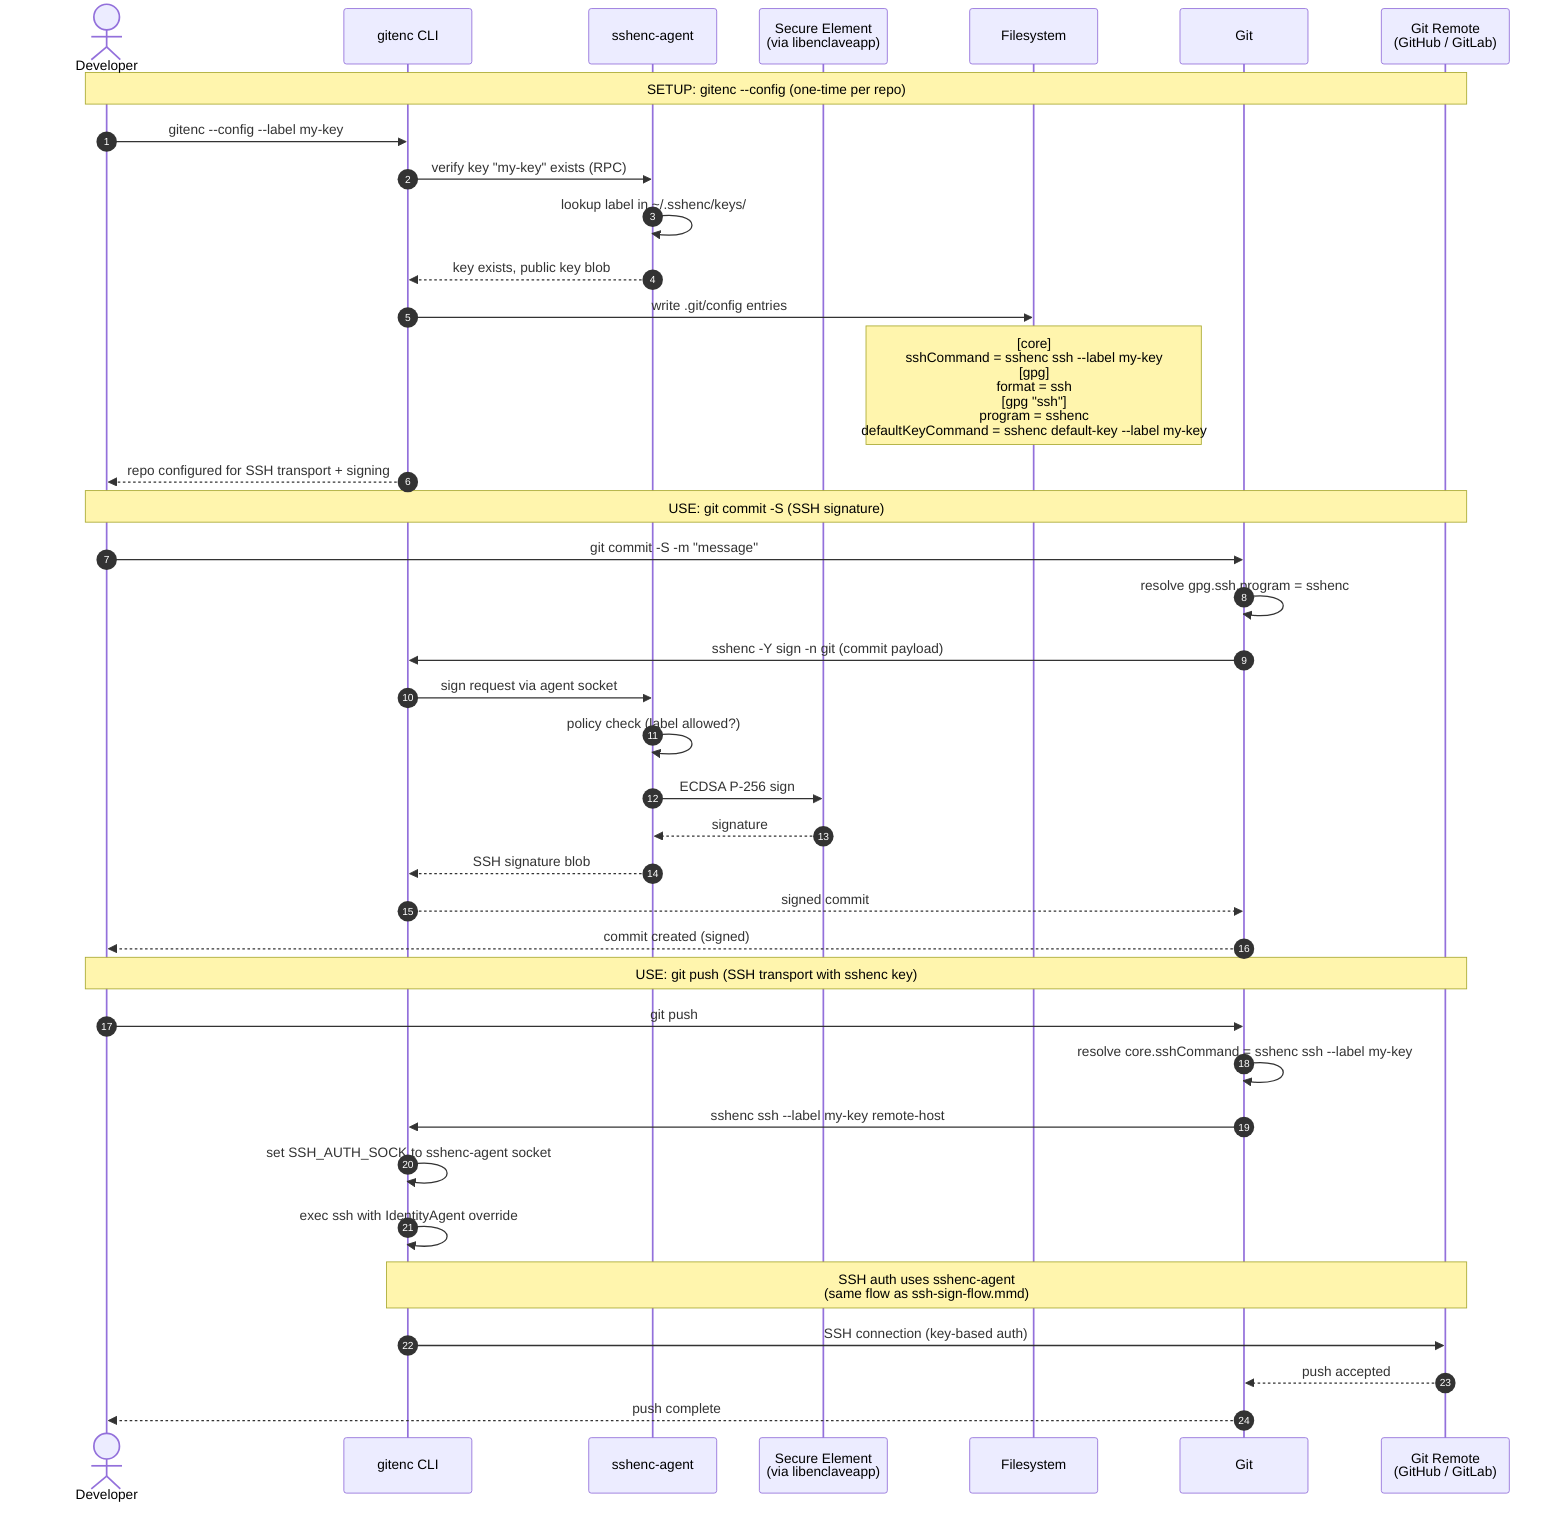
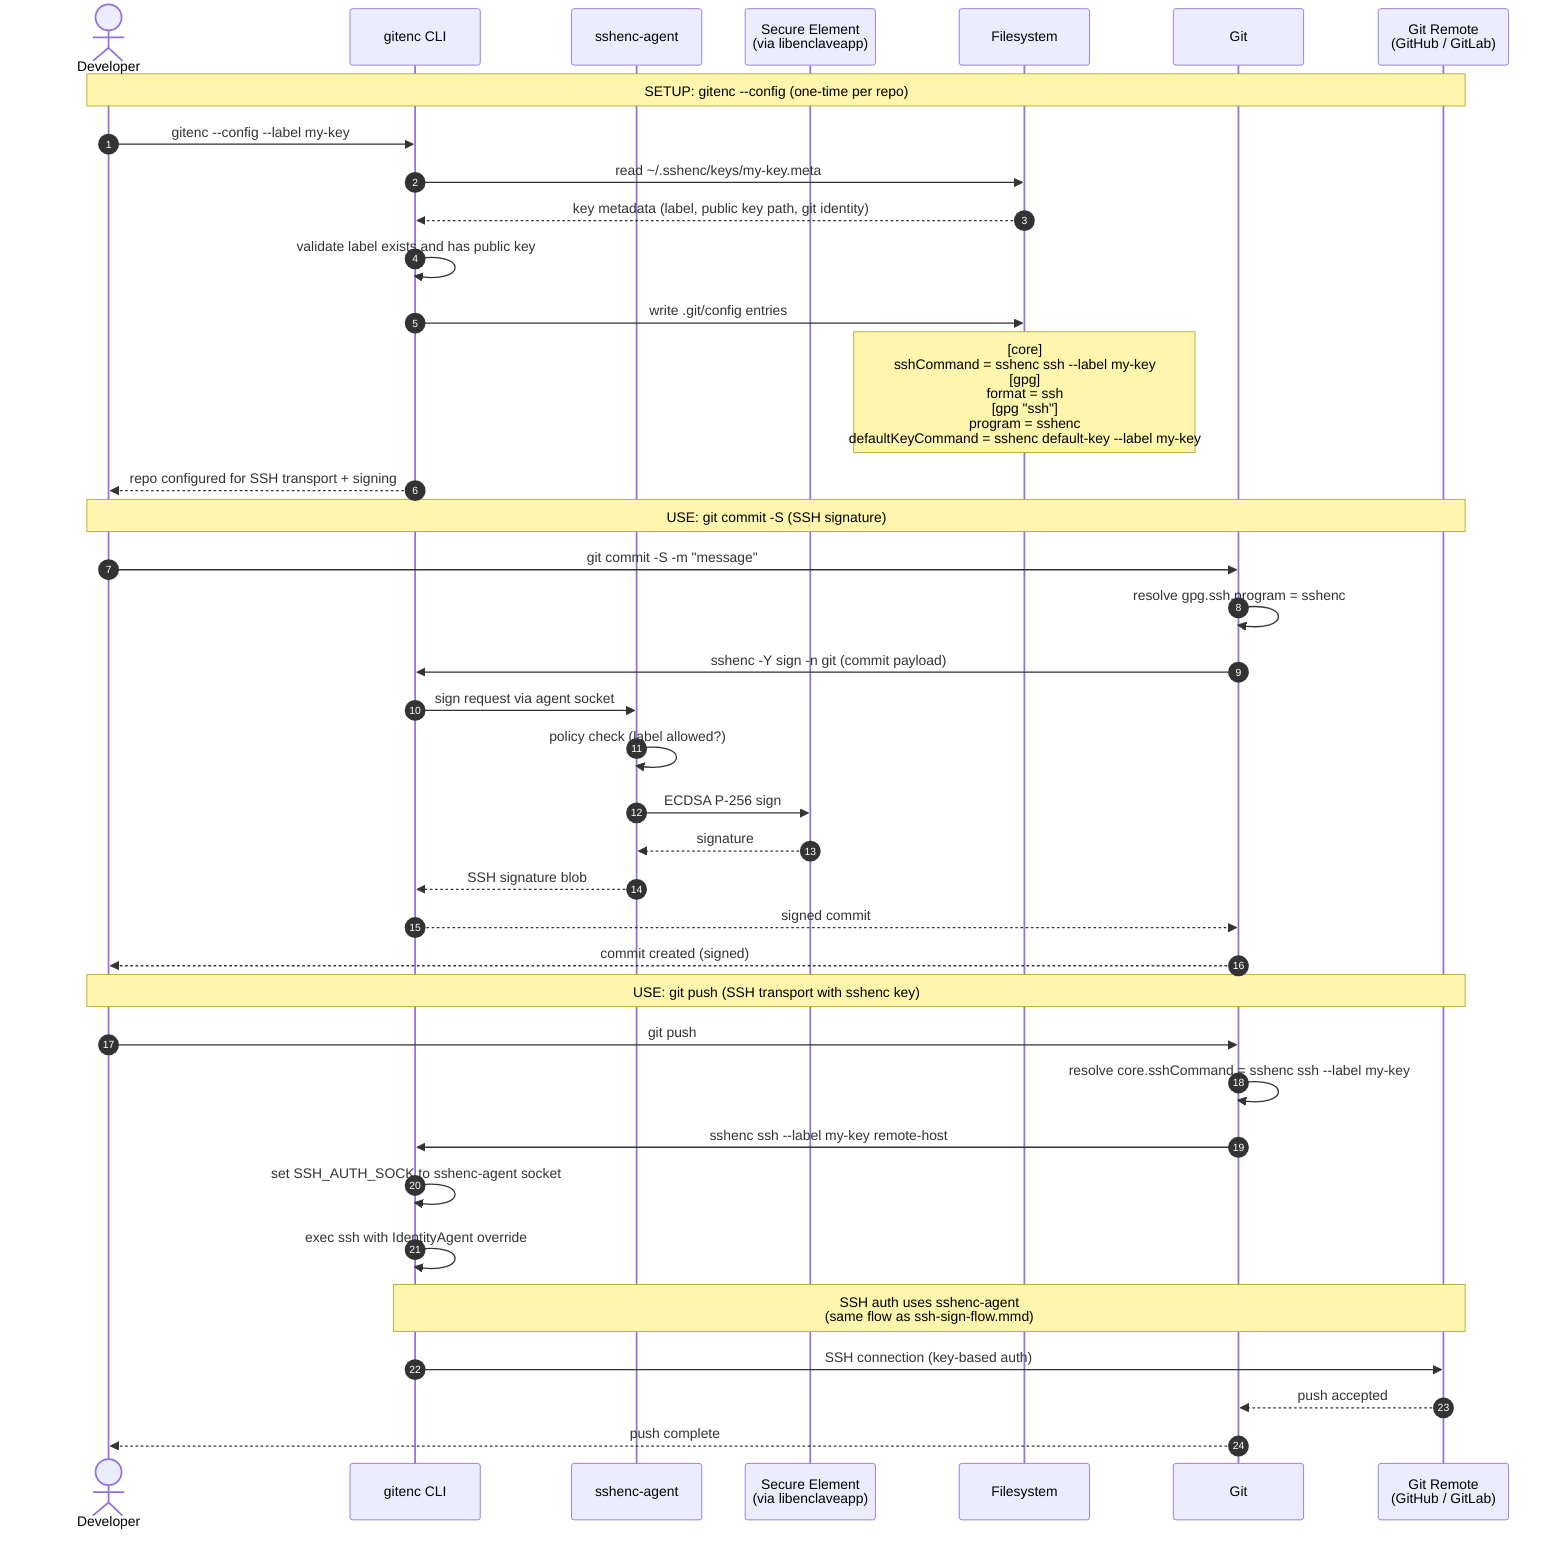
sequenceDiagram
    autonumber
    actor Dev as Developer
    participant GE as gitenc CLI
    participant Agent as sshenc-agent
    participant SE as Secure Element<br/>(via libenclaveapp)
    participant FS as Filesystem
    participant Git as Git
    participant Remote as Git Remote<br/>(GitHub / GitLab)

    Note over Dev,Remote: SETUP: gitenc --config (one-time per repo)

    Dev->>GE: gitenc --config --label my-key
-     GE->>Agent: verify key "my-key" exists (RPC)
-     Agent->>Agent: lookup label in ~/.sshenc/keys/
-     Agent-->>GE: key exists, public key blob
+     GE->>FS: read ~/.sshenc/keys/my-key.meta
+     FS-->>GE: key metadata (label, public key path, git identity)
+     GE->>GE: validate label exists and has public key

    GE->>FS: write .git/config entries
    Note over FS: [core]<br/>  sshCommand = sshenc ssh --label my-key<br/>[gpg]<br/>  format = ssh<br/>[gpg "ssh"]<br/>  program = sshenc<br/>  defaultKeyCommand = sshenc default-key --label my-key

    GE-->>Dev: repo configured for SSH transport + signing

    Note over Dev,Remote: USE: git commit -S (SSH signature)

    Dev->>Git: git commit -S -m "message"
    Git->>Git: resolve gpg.ssh.program = sshenc
    Git->>GE: sshenc -Y sign -n git (commit payload)
    GE->>Agent: sign request via agent socket
    Agent->>Agent: policy check (label allowed?)
    Agent->>SE: ECDSA P-256 sign
    SE-->>Agent: signature
    Agent-->>GE: SSH signature blob
    GE-->>Git: signed commit
    Git-->>Dev: commit created (signed)

    Note over Dev,Remote: USE: git push (SSH transport with sshenc key)

    Dev->>Git: git push
    Git->>Git: resolve core.sshCommand = sshenc ssh --label my-key
    Git->>GE: sshenc ssh --label my-key remote-host
    GE->>GE: set SSH_AUTH_SOCK to sshenc-agent socket
    GE->>GE: exec ssh with IdentityAgent override
    Note over GE,Remote: SSH auth uses sshenc-agent<br/>(same flow as ssh-sign-flow.mmd)
    GE->>Remote: SSH connection (key-based auth)
    Remote-->>Git: push accepted
    Git-->>Dev: push complete
